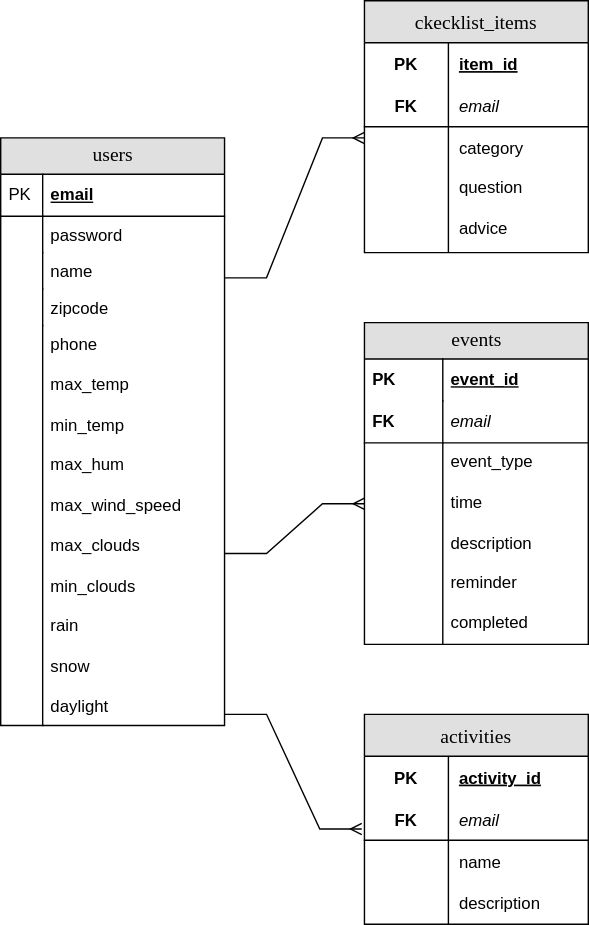
CovenantHuman/data-model-v1 keeps this draw.io diagram as Data Model Diagram.drawio.svg. Above is the earlier version. Source tidied: cells renumbered, new cells last; positions are measured from the earlier drawing's top-left corner, leaving out a move shared by most shapes.
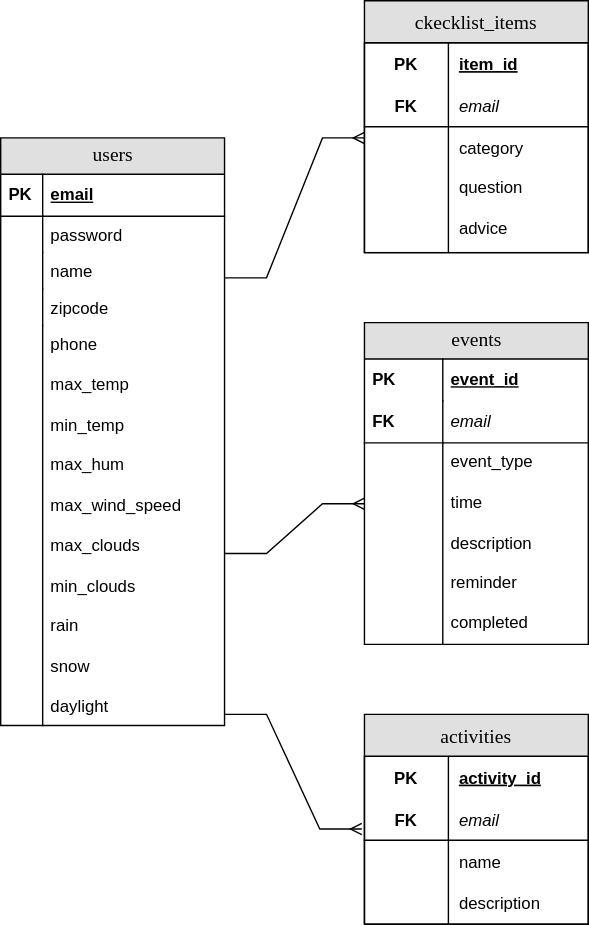
Above is the later version.

What changed in the source:
```diff
@@ -2,6 +2,12 @@
   <root>
     <mxCell id="0" />
     <mxCell id="1" parent="0" />
+    <mxCell id="49" style="rounded=0;whiteSpace=wrap;html=1;labelBackgroundColor=none;sketch=0;fontFamily=Verdana;fontSize=14;fillColor=#FFFFFF;" parent="1" vertex="1">
+      <mxGeometry x="260" y="540" width="160" height="120" as="geometry" />
+    </mxCell>
+    <mxCell id="50" style="rounded=0;whiteSpace=wrap;html=1;labelBackgroundColor=none;sketch=0;fontFamily=Verdana;fontSize=14;fillColor=#FFFFFF;" parent="1" vertex="1">
+      <mxGeometry x="260" y="30" width="160" height="150" as="geometry" />
+    </mxCell>
     <mxCell id="2" value="events" style="swimlane;html=1;fontStyle=0;horizontal=1;startSize=26;fillColor=#e0e0e0;swimlaneFillColor=#ffffff;align=center;rounded=0;shadow=0;comic=0;labelBackgroundColor=none;strokeWidth=1;fontFamily=Verdana;fontSize=14;" parent="1" vertex="1">
       <mxGeometry x="260" y="230" width="160" height="230" as="geometry" />
     </mxCell>
@@ -20,7 +26,7 @@
     <mxCell id="7" value="event_type&lt;br&gt;&lt;br&gt;time&amp;nbsp;&lt;br&gt;&lt;br&gt;description&lt;br&gt;&lt;br&gt;reminder&lt;br&gt;&lt;br&gt;completed" style="shape=partialRectangle;top=0;left=0;right=0;bottom=0;html=1;align=left;verticalAlign=top;fillColor=none;spacingLeft=60;spacingRight=4;whiteSpace=wrap;overflow=hidden;points=[[0,0.5],[1,0.5]];portConstraint=eastwest;" parent="2" vertex="1">
       <mxGeometry y="86" width="160" height="144" as="geometry" />
     </mxCell>
-    <mxCell id="8" style="shape=partialRectangle;top=0;left=0;bottom=0;html=1;fillColor=none;align=left;verticalAlign=top;spacingLeft=4;spacingRight=4;whiteSpace=wrap;overflow=hidden;" parent="7" vertex="1">
+    <mxCell id="8" style="shape=partialRectangle;top=0;left=0;bottom=0;html=1;fillColor=none;align=left;verticalAlign=top;spacingLeft=4;spacingRight=4;whiteSpace=wrap;overflow=hidden;labelBackgroundColor=none;" parent="7" vertex="1">
       <mxGeometry width="56" height="144" as="geometry" />
     </mxCell>
     <mxCell id="9" value="users" style="swimlane;html=1;fontStyle=0;horizontal=1;startSize=26;fillColor=#e0e0e0;swimlaneFillColor=#ffffff;align=center;rounded=0;shadow=0;comic=0;labelBackgroundColor=none;strokeWidth=1;fontFamily=Verdana;fontSize=14;" parent="1" vertex="1">
@@ -29,7 +35,7 @@
     <mxCell id="10" value="email" style="shape=partialRectangle;top=0;left=0;right=0;bottom=1;html=1;align=left;verticalAlign=middle;fillColor=none;spacingLeft=34;spacingRight=4;whiteSpace=wrap;overflow=hidden;fontStyle=5;" parent="9" vertex="1">
       <mxGeometry y="26" width="160" height="30" as="geometry" />
     </mxCell>
-    <mxCell id="11" value="PK" style="shape=partialRectangle;top=0;left=0;bottom=0;html=1;fillColor=none;align=left;verticalAlign=middle;spacingLeft=4;spacingRight=4;whiteSpace=wrap;overflow=hidden;" parent="10" vertex="1">
+    <mxCell id="11" value="&lt;b&gt;PK&lt;/b&gt;" style="shape=partialRectangle;top=0;left=0;bottom=0;html=1;fillColor=none;align=left;verticalAlign=middle;spacingLeft=4;spacingRight=4;whiteSpace=wrap;overflow=hidden;" parent="10" vertex="1">
       <mxGeometry width="30" height="30" as="geometry" />
     </mxCell>
     <mxCell id="12" value="password" style="shape=partialRectangle;top=0;left=0;right=0;bottom=0;html=1;align=left;verticalAlign=top;fillColor=none;spacingLeft=34;spacingRight=4;whiteSpace=wrap;overflow=hidden;" parent="9" vertex="1">
@@ -131,7 +137,7 @@
     <mxCell id="44" style="shape=partialRectangle;fillColor=none;top=0;left=0;bottom=0;right=0;overflow=hidden;" parent="43" vertex="1">
       <mxGeometry width="60" height="60" as="geometry" />
     </mxCell>
-    <mxCell id="45" value="question&lt;br&gt;&lt;br&gt;advice" style="shape=partialRectangle;fillColor=none;top=0;left=0;bottom=0;right=0;align=left;spacingLeft=6;overflow=hidden;whiteSpace=wrap;html=1;verticalAlign=top;" parent="43" vertex="1">
+    <mxCell id="45" value="question&lt;br&gt;&lt;br&gt;advice" style="shape=partialRectangle;fillColor=none;top=0;left=0;bottom=0;right=0;align=left;spacingLeft=6;overflow=hidden;whiteSpace=wrap;html=1;verticalAlign=top;labelBackgroundColor=none;" parent="43" vertex="1">
       <mxGeometry x="60" width="100" height="60" as="geometry" />
     </mxCell>
     <mxCell id="46" style="edgeStyle=entityRelationEdgeStyle;fontSize=12;html=1;endArrow=ERmany;rounded=0;fontFamily=Verdana;" parent="1" edge="1">
```
